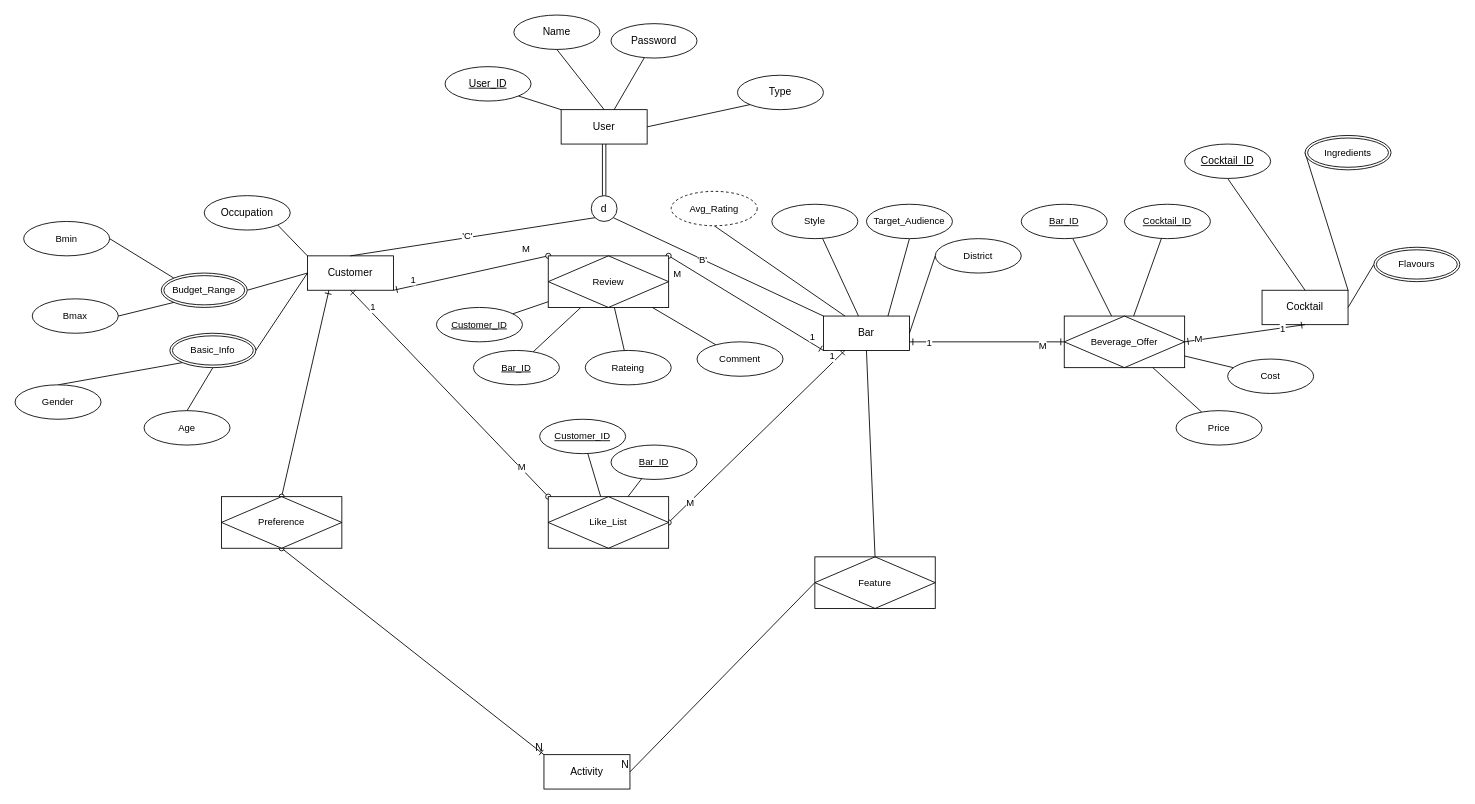
Above: finalProjectERD.drawio in tp12356twNccu/Database_NCCU (draw.io), before the change. Source tidied: cells renumbered, new cells numbered last; positions are measured from the earlier drawing's top-left corner, leaving out a move shared by most shapes. Both pictures are drawn from the tidied source at 86%, with x=0, y=0 at pixel (15, 15).
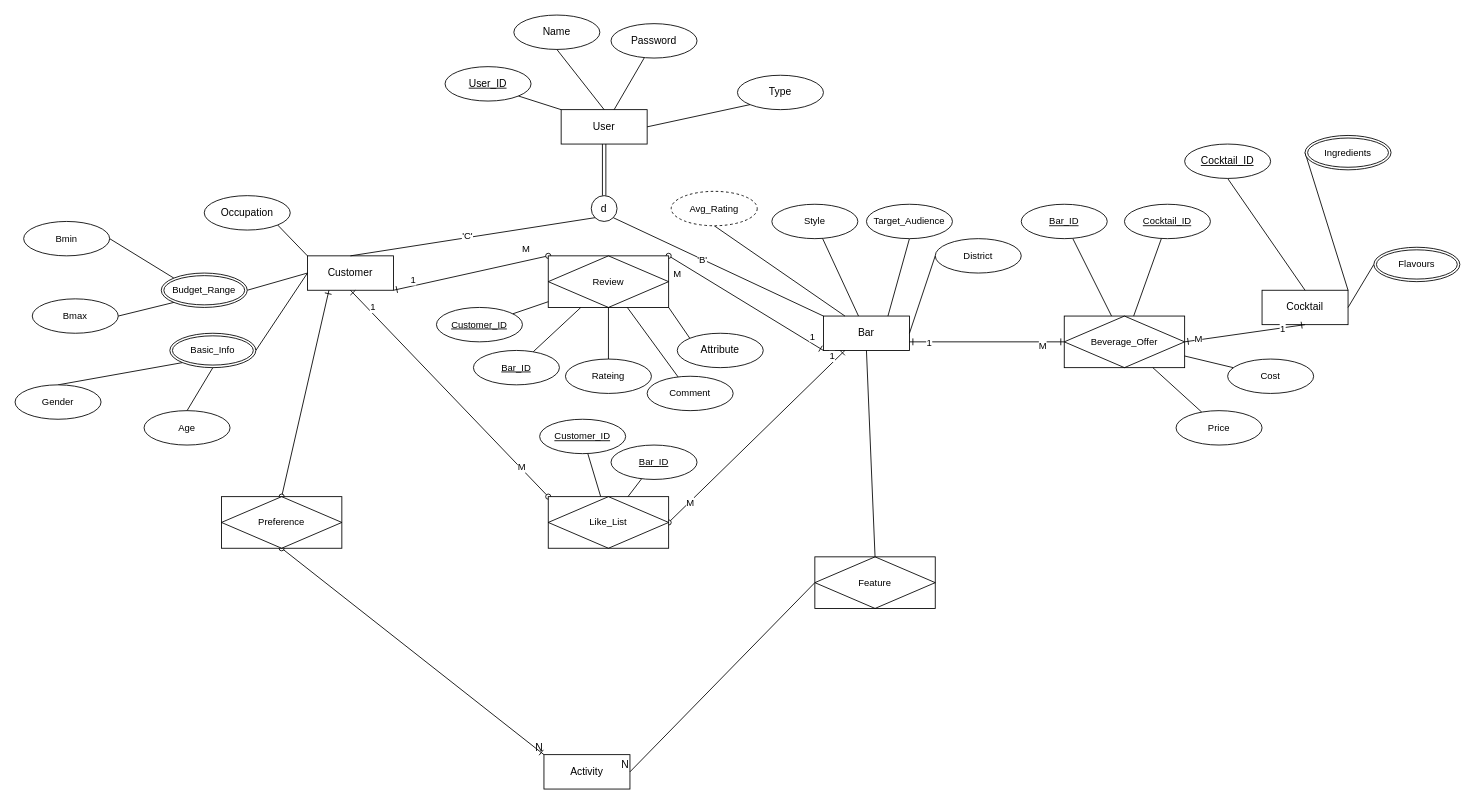
Above is the later version.

The change refers to these unchanged cells:
```xml
<mxCell id="63" value="Review" style="shape=associativeEntity;whiteSpace=wrap;html=1;align=center;fontFamily=Helvetica;fontSize=11;fontColor=default;labelBackgroundColor=default;" parent="1" vertex="1">
  <mxGeometry x="620" y="280" width="140" height="60" as="geometry" />
</mxCell>
```

The edit, as a diff of the source:
```diff
@@
     <mxCell id="69" value="Comment" style="ellipse;whiteSpace=wrap;html=1;align=center;fontFamily=Helvetica;fontSize=11;fontColor=default;labelBackgroundColor=default;" parent="1" vertex="1">
-      <mxGeometry x="793" y="380" width="100" height="40" as="geometry" />
+      <mxGeometry x="735" y="420" width="100" height="40" as="geometry" />
     </mxCell>
@@
     <mxCell id="71" value="Rateing" style="ellipse;whiteSpace=wrap;html=1;align=center;fontFamily=Helvetica;fontSize=11;fontColor=default;labelBackgroundColor=default;" parent="1" vertex="1">
-      <mxGeometry x="663" y="390" width="100" height="40" as="geometry" />
+      <mxGeometry x="640" y="400" width="100" height="40" as="geometry" />
     </mxCell>
@@
+    <mxCell id="100" style="rounded=0;jettySize=auto;html=1;exitX=0;exitY=0;exitDx=0;exitDy=0;entryX=1;entryY=1;entryDx=0;entryDy=0;endArrow=none;endFill=0;" parent="1" edge="1" source="101" target="63">
+      <mxGeometry relative="1" as="geometry" />
+    </mxCell>
+    <mxCell id="101" value="Attribute" style="ellipse;whiteSpace=wrap;html=1;align=center;" parent="1" vertex="1">
+      <mxGeometry x="770" y="370" width="100" height="40" as="geometry" />
+    </mxCell>
```
